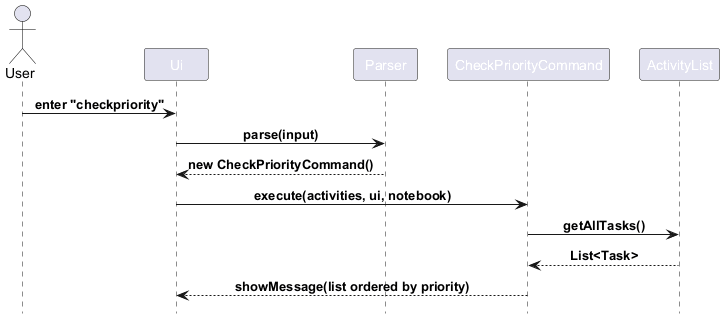
The PlantUML diagram docs/images/checkPriority_sequence.png in Kennahh/tp, before a commit. Its source is kept beside it as docs/diagrams/checkPriority_sequence.puml.
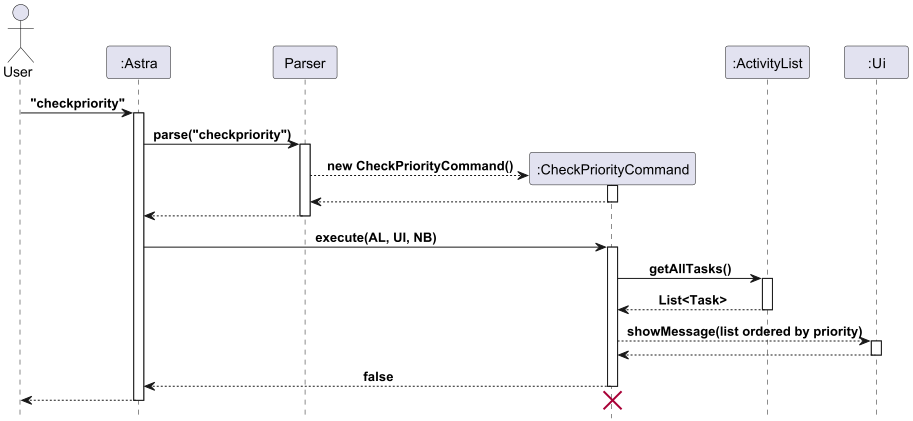
After the change.

Commit message:
Update CheckPriority sequence diagram

Change to the diagram source:
```diff
@@ -1,16 +1,31 @@
 @startuml
 !include style.puml
 actor User
-participant UI as "Ui"
+participant Astra as ":Astra"
 participant Parser
-participant C as "CheckPriorityCommand"
-participant AL as "ActivityList"
+participant C as ":CheckPriorityCommand"
+participant AL as ":ActivityList"
+participant UI as ":Ui"
 
-User -> UI: enter "checkpriority"
-UI -> Parser: parse(input)
-Parser --> UI: new CheckPriorityCommand()
-UI -> C: execute(activities, ui, notebook)
+User -> Astra: "checkpriority"
+activate Astra
+Astra -> Parser: parse("checkpriority")
+activate Parser
+create C
+Parser -->C : new CheckPriorityCommand()
+activate C
+return
+return
+Astra -> C: execute(AL, UI, NB)
+activate C
 C -> AL: getAllTasks()
+activate AL
 AL --> C: List<Task>
+deactivate AL
 C --> UI: showMessage(list ordered by priority)
+activate UI
+return
+return false
+return
+destroy C
 @enduml
```
